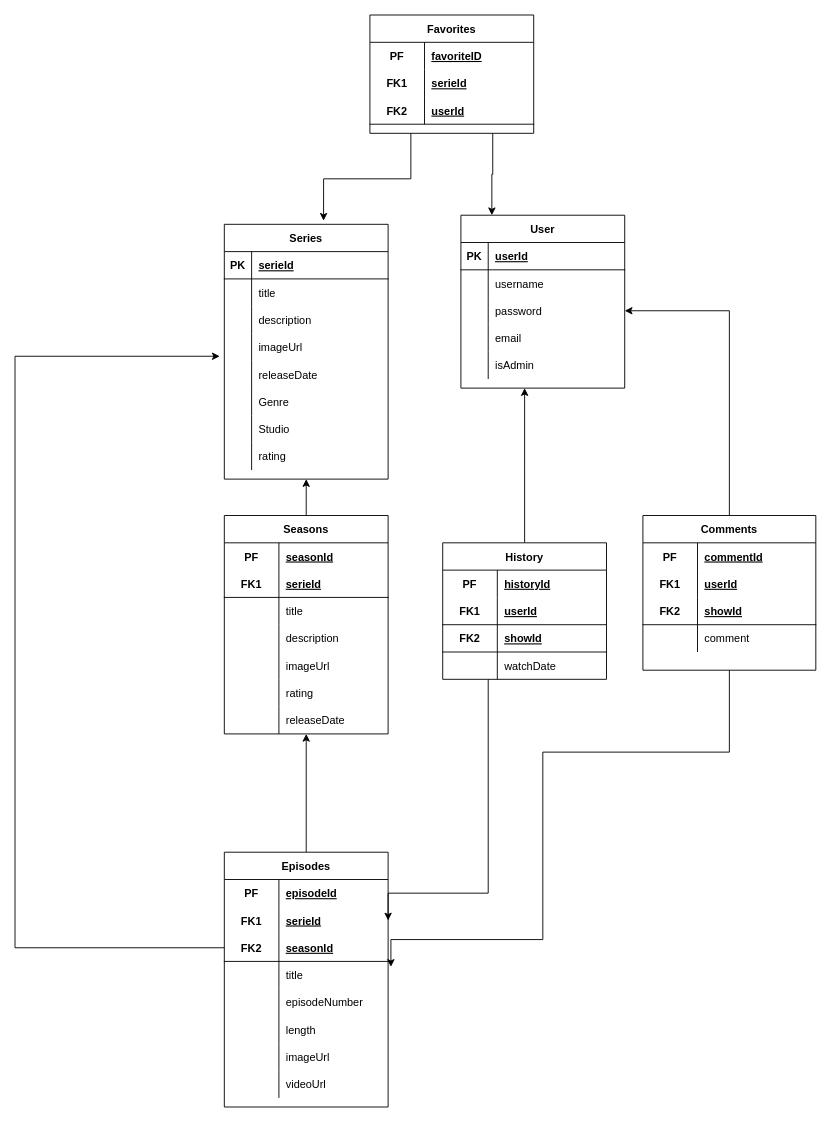
This is Documentation/modele de donnee.drawio from DoBryanCS/GriffinPiece-Backend, a draw.io file, before an edit. Source tidied: cells renumbered, new cells numbered last; positions are measured from the earlier drawing's top-left corner, leaving out a move shared by most shapes. Both pictures are drawn from the tidied source at 91%, with x=0, y=0 at pixel (15, 15).
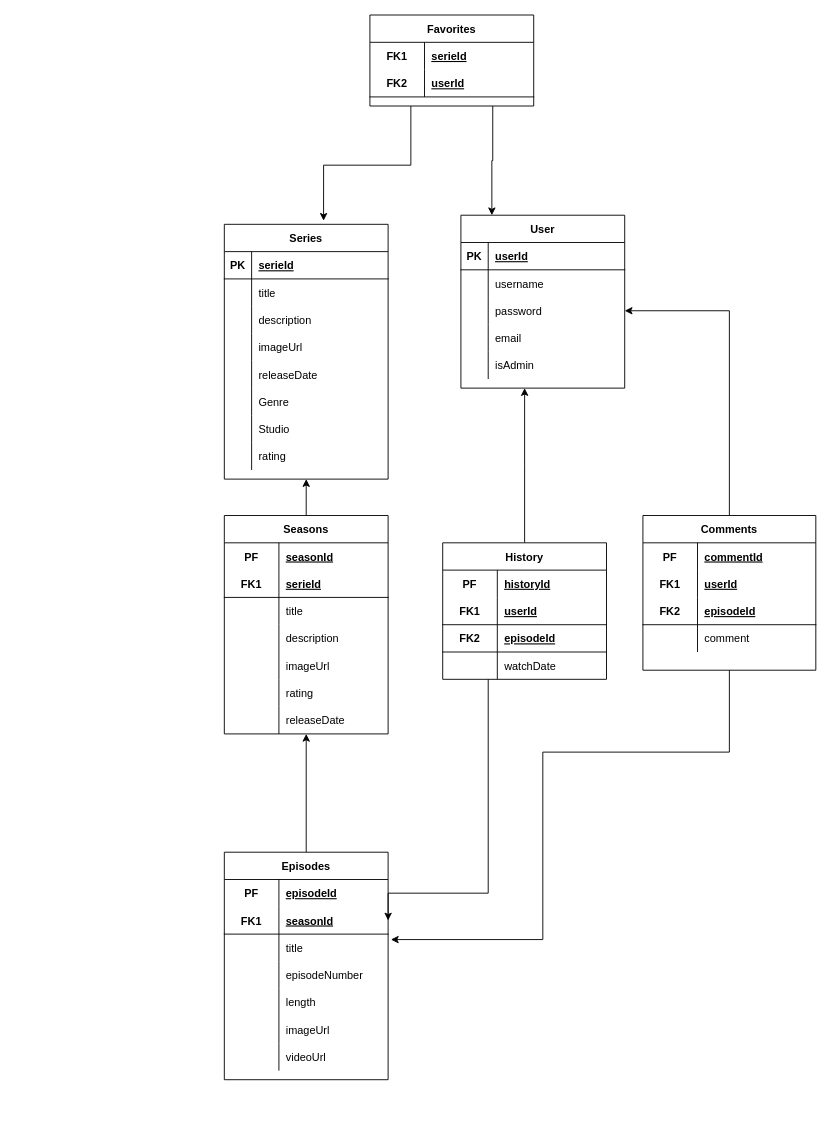
The same page after the edit.

Unchanged cells that the change refers to:
```xml
<mxCell id="31" style="shape=tableRow;horizontal=0;startSize=0;swimlaneHead=0;swimlaneBody=0;fillColor=none;points=[[0,0.5],[1,0.5]];portConstraint=eastwest;top=0;left=0;right=0;bottom=0;" parent="18" vertex="1">
  <mxGeometry y="150" width="180" height="30" as="geometry" />
</mxCell>
<mxCell id="45" value="History" style="shape=table;startSize=30;childLayout=tableLayout;rowLines=0;fontStyle=1;align=center;fillColor=default;strokeColor=default;" parent="1" vertex="1">
  <mxGeometry x="470" y="580" width="180" height="150" as="geometry" />
</mxCell>
<mxCell id="52" style="shape=tableRow;horizontal=0;startSize=0;swimlaneHead=0;swimlaneBody=0;fillColor=none;top=0;left=0;right=0;bottom=1;" parent="45" vertex="1">
  <mxGeometry y="90" width="180" height="30" as="geometry" />
</mxCell>
<mxCell id="116" style="shape=tableRow;horizontal=0;startSize=0;swimlaneHead=0;swimlaneBody=0;fillColor=none;top=0;left=0;right=0;bottom=1;" parent="109" vertex="1">
  <mxGeometry y="90" width="190" height="30" as="geometry" />
</mxCell>
```

Diff of the diagram source:
```diff
@@
-    <mxCell id="44" style="edgeStyle=orthogonalEdgeStyle;rounded=0;jettySize=auto;html=1;entryX=1;entryY=0.5;entryDx=0;entryDy=0;" parent="1" edge="1" source="45" target="63">
+    <mxCell id="44" style="edgeStyle=orthogonalEdgeStyle;rounded=0;jettySize=auto;html=1;entryX=1;entryY=0.5;entryDx=0;entryDy=0;" parent="1" edge="1" source="45">
       <mxGeometry relative="1" as="geometry">
+        <mxPoint x="410" y="995" as="targetPoint" />
         <Array as="points">
           <mxPoint x="520" y="590" />
           <mxPoint x="520" y="965" />
         </Array>
       </mxGeometry>
     </mxCell>
@@
-    <mxCell id="54" value="showId" style="shape=partialRectangle;fillColor=none;top=0;left=0;bottom=0;right=0;align=left;spacingLeft=6;fontStyle=5;overflow=hidden;" parent="52" vertex="1">
+    <mxCell id="54" value="episodeId" style="shape=partialRectangle;fillColor=none;top=0;left=0;bottom=0;right=0;align=left;spacingLeft=6;fontStyle=5;overflow=hidden;" parent="52" vertex="1">
       <mxGeometry x="60" width="120" height="30" as="geometry" />
     </mxCell>
@@
     <mxCell id="59" value="Episodes" style="shape=table;startSize=30;childLayout=tableLayout;rowLines=0;fontStyle=1;align=center;" parent="1" vertex="1">
-      <mxGeometry x="230" y="920" width="180" height="280" as="geometry" />
+      <mxGeometry x="230" y="920" width="180" height="250" as="geometry" />
     </mxCell>
@@
-    <mxCell id="63" style="shape=tableRow;horizontal=0;startSize=0;swimlaneHead=0;swimlaneBody=0;fillColor=none;points=[[0,0.5],[1,0.5]];portConstraint=eastwest;top=0;left=0;right=0;bottom=0;" parent="59" vertex="1">
-      <mxGeometry y="60" width="180" height="30" as="geometry" />
-    </mxCell>
-    <mxCell id="64" value="FK1" style="shape=partialRectangle;fillColor=none;top=0;left=0;bottom=0;right=0;fontStyle=1;overflow=hidden;" parent="63" vertex="1">
-      <mxGeometry width="60" height="30" as="geometry" />
-    </mxCell>
-    <mxCell id="65" value="serieId" style="shape=partialRectangle;fillColor=none;top=0;left=0;bottom=0;right=0;align=left;spacingLeft=6;fontStyle=5;overflow=hidden;" parent="63" vertex="1">
-      <mxGeometry x="60" width="120" height="30" as="geometry" />
-    </mxCell>
     <mxCell id="66" style="shape=tableRow;horizontal=0;startSize=0;swimlaneHead=0;swimlaneBody=0;fillColor=none;points=[[0,0.5],[1,0.5]];portConstraint=eastwest;top=0;left=0;right=0;bottom=1;" parent="59" vertex="1">
-      <mxGeometry y="90" width="180" height="30" as="geometry" />
+      <mxGeometry y="60" width="180" height="30" as="geometry" />
     </mxCell>
-    <mxCell id="67" value="FK2" style="shape=partialRectangle;fillColor=none;top=0;left=0;bottom=0;right=0;fontStyle=1;overflow=hidden;" parent="66" vertex="1">
+    <mxCell id="67" value="FK1" style="shape=partialRectangle;fillColor=none;top=0;left=0;bottom=0;right=0;fontStyle=1;overflow=hidden;" parent="66" vertex="1">
       <mxGeometry width="60" height="30" as="geometry" />
     </mxCell>
@@
     <mxCell id="69" style="shape=tableRow;horizontal=0;startSize=0;swimlaneHead=0;swimlaneBody=0;fillColor=none;points=[[0,0.5],[1,0.5]];portConstraint=eastwest;top=0;left=0;right=0;bottom=0;" parent="59" vertex="1">
-      <mxGeometry y="120" width="180" height="30" as="geometry" />
+      <mxGeometry y="90" width="180" height="30" as="geometry" />
     </mxCell>
@@
     <mxCell id="72" style="shape=tableRow;horizontal=0;startSize=0;swimlaneHead=0;swimlaneBody=0;fillColor=none;top=0;left=0;right=0;bottom=0;" parent="59" vertex="1">
-      <mxGeometry y="150" width="180" height="30" as="geometry" />
+      <mxGeometry y="120" width="180" height="30" as="geometry" />
     </mxCell>
@@
     <mxCell id="75" style="shape=tableRow;horizontal=0;startSize=0;swimlaneHead=0;swimlaneBody=0;fillColor=none;top=0;left=0;right=0;bottom=0;" parent="59" vertex="1">
-      <mxGeometry y="180" width="180" height="30" as="geometry" />
+      <mxGeometry y="150" width="180" height="30" as="geometry" />
     </mxCell>
@@
     <mxCell id="78" style="shape=tableRow;horizontal=0;startSize=0;swimlaneHead=0;swimlaneBody=0;fillColor=none;top=0;left=0;right=0;bottom=0;" parent="59" vertex="1">
-      <mxGeometry y="210" width="180" height="30" as="geometry" />
+      <mxGeometry y="180" width="180" height="30" as="geometry" />
     </mxCell>
@@
     <mxCell id="81" style="shape=tableRow;horizontal=0;startSize=0;swimlaneHead=0;swimlaneBody=0;fillColor=none;top=0;left=0;right=0;bottom=0;" parent="59" vertex="1">
-      <mxGeometry y="240" width="180" height="30" as="geometry" />
+      <mxGeometry y="210" width="180" height="30" as="geometry" />
     </mxCell>
@@
-    <mxCell id="118" value="showId" style="shape=partialRectangle;fillColor=none;top=0;left=0;bottom=0;right=0;align=left;spacingLeft=6;fontStyle=5;overflow=hidden;" parent="116" vertex="1">
+    <mxCell id="118" value="episodeId" style="shape=partialRectangle;fillColor=none;top=0;left=0;bottom=0;right=0;align=left;spacingLeft=6;fontStyle=5;overflow=hidden;" parent="116" vertex="1">
       <mxGeometry x="60" width="130" height="30" as="geometry" />
     </mxCell>
@@
     <mxCell id="124" value="Favorites" style="shape=table;startSize=30;childLayout=tableLayout;rowLines=0;fontStyle=1;align=center;strokeColor=default;fillColor=default;" parent="1" vertex="1">
-      <mxGeometry x="390" width="180" height="130" as="geometry" />
+      <mxGeometry x="390" width="180" height="100" as="geometry" />
     </mxCell>
-    <mxCell id="125" style="shape=tableRow;horizontal=0;startSize=0;swimlaneHead=0;swimlaneBody=0;fillColor=none;top=0;left=0;right=0;bottom=0;strokeColor=default;" parent="124" vertex="1">
-      <mxGeometry y="30" width="180" height="30" as="geometry" />
-    </mxCell>
-    <mxCell id="126" value="PF" style="shape=partialRectangle;fillColor=none;top=0;left=0;bottom=0;right=0;fontStyle=1;overflow=hidden;strokeColor=default;" parent="125" vertex="1">
-      <mxGeometry width="60" height="30" as="geometry" />
-    </mxCell>
-    <mxCell id="127" value="favoriteID" style="shape=partialRectangle;fillColor=none;top=0;left=0;bottom=0;right=0;align=left;spacingLeft=6;fontStyle=5;overflow=hidden;strokeColor=default;" parent="125" vertex="1">
-      <mxGeometry x="60" width="120" height="30" as="geometry" />
-    </mxCell>
     <mxCell id="128" style="shape=tableRow;horizontal=0;startSize=0;swimlaneHead=0;swimlaneBody=0;fillColor=none;top=0;left=0;right=0;bottom=0;strokeColor=default;" parent="124" vertex="1">
-      <mxGeometry y="60" width="180" height="30" as="geometry" />
+      <mxGeometry y="30" width="180" height="30" as="geometry" />
     </mxCell>
@@
     <mxCell id="131" style="shape=tableRow;horizontal=0;startSize=0;swimlaneHead=0;swimlaneBody=0;fillColor=none;top=0;left=0;right=0;bottom=1;strokeColor=default;" parent="124" vertex="1">
-      <mxGeometry y="90" width="180" height="30" as="geometry" />
+      <mxGeometry y="60" width="180" height="30" as="geometry" />
     </mxCell>
@@
-    <mxCell id="134" style="edgeStyle=orthogonalEdgeStyle;rounded=0;jettySize=auto;html=1;exitX=0;exitY=0.5;exitDx=0;exitDy=0;entryX=-0.028;entryY=-0.167;entryDx=0;entryDy=0;entryPerimeter=0;" parent="1" edge="1" source="66" target="31">
-      <mxGeometry relative="1" as="geometry">
-        <Array as="points">
-          <mxPoint y="1025" />
-          <mxPoint y="375" />
-        </Array>
-      </mxGeometry>
-    </mxCell>
```
